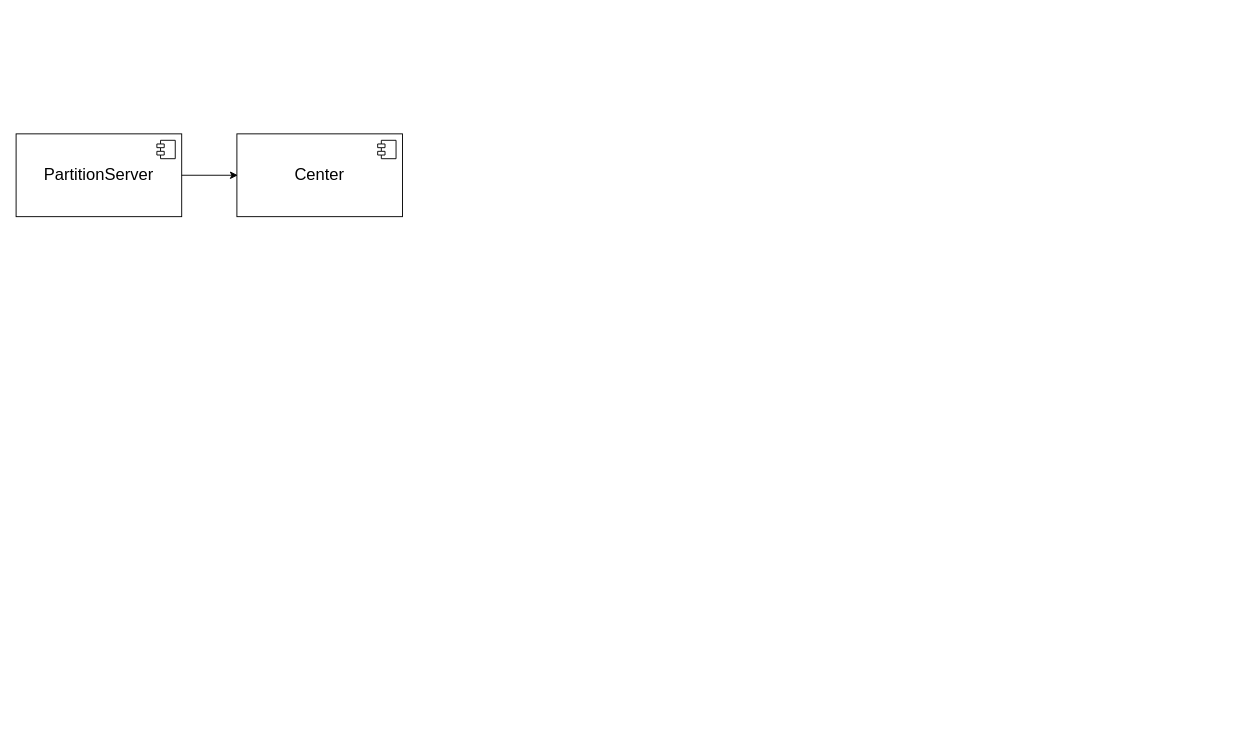
Before: img/未命名绘图.drawio in XutongLi/XutongLi.github.io, a draw.io diagram. Source tidied: cells renumbered, new cells numbered last; positions are measured from the earlier drawing's top-left corner, leaving out a move shared by most shapes. Both pictures are drawn from the tidied source at 92%, with x=0, y=0 at pixel (16, 133).
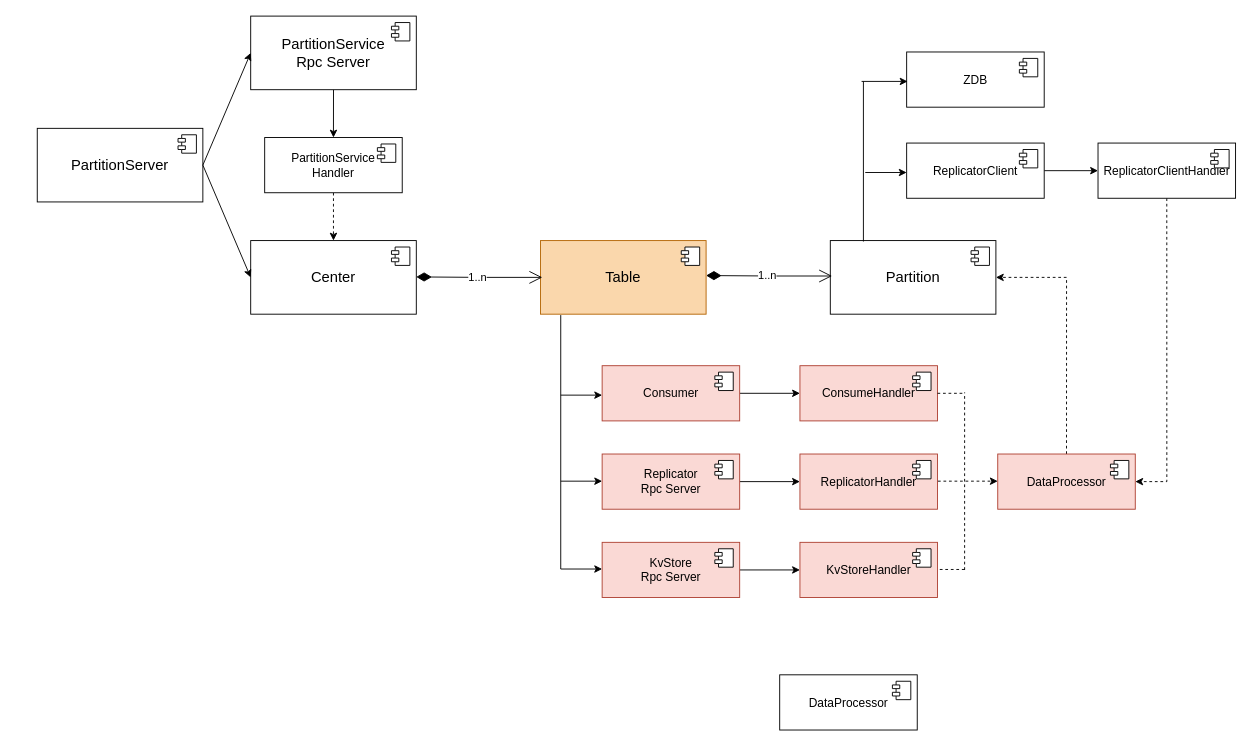
The same diagram, later.

Change to the diagram source:
```diff
@@
-    <mxCell id="2" value="&lt;font style=&quot;font-size: 18px;&quot;&gt;Center&lt;/font&gt;" style="html=1;whiteSpace=wrap;" parent="1" vertex="1">
-      <mxGeometry x="240" width="180" height="90" as="geometry" />
+    <mxCell id="2" value="&lt;font style=&quot;font-size: 16px;&quot;&gt;Center&lt;/font&gt;" style="html=1;whiteSpace=wrap;" parent="1" vertex="1">
+      <mxGeometry x="255" y="116" width="180" height="80" as="geometry" />
     </mxCell>
@@
-    <mxCell id="4" value="&lt;font style=&quot;font-size: 18px;&quot;&gt;PartitionServer&lt;/font&gt;" style="html=1;whiteSpace=wrap;" parent="1" vertex="1">
-      <mxGeometry width="180" height="90" as="geometry" />
+    <mxCell id="4" value="&lt;font style=&quot;font-size: 16px;&quot;&gt;PartitionServer&lt;/font&gt;" style="html=1;whiteSpace=wrap;" parent="1" vertex="1">
+      <mxGeometry x="23" y="-6" width="180" height="80" as="geometry" />
     </mxCell>
@@
-    <mxCell id="6" style="endArrow=classic;html=1;rounded=0;exitX=1;exitY=0.5;exitDx=0;exitDy=0;" parent="1" edge="1" source="4">
-      <mxGeometry relative="1" as="geometry">
-        <mxPoint x="241" y="45" as="targetPoint" />
-      </mxGeometry>
+    <mxCell id="6" style="endArrow=classic;html=1;rounded=0;exitX=1;exitY=0.5;exitDx=0;exitDy=0;entryX=0;entryY=0.5;entryDx=0;entryDy=0;" parent="1" edge="1" source="4" target="2">
+      <mxGeometry relative="1" as="geometry" />
     </mxCell>
+    <mxCell id="7" style="edgeStyle=orthogonalEdgeStyle;rounded=0;jettySize=auto;html=1;exitX=0.5;exitY=1;exitDx=0;exitDy=0;entryX=0.5;entryY=0;entryDx=0;entryDy=0;" parent="1" edge="1" source="8" target="12">
+      <mxGeometry relative="1" as="geometry" />
+    </mxCell>
+    <mxCell id="8" value="&lt;font style=&quot;font-size: 16px;&quot;&gt;PartitionService&lt;br&gt;Rpc Server&lt;br&gt;&lt;/font&gt;" style="html=1;whiteSpace=wrap;" parent="1" vertex="1">
+      <mxGeometry x="255" y="-128" width="180" height="80" as="geometry" />
+    </mxCell>
+    <mxCell id="9" style="shape=module;jettyWidth=8;jettyHeight=4;" parent="8" vertex="1">
+      <mxGeometry x="1" width="20" height="20" relative="1" as="geometry">
+        <mxPoint x="-27" y="7" as="offset" />
+      </mxGeometry>
+    </mxCell>
+    <mxCell id="10" style="endArrow=classic;html=1;rounded=0;entryX=0;entryY=0.5;entryDx=0;entryDy=0;exitX=1;exitY=0.5;exitDx=0;exitDy=0;" parent="1" edge="1" source="4" target="8">
+      <mxGeometry relative="1" as="geometry" />
+    </mxCell>
+    <mxCell id="11" style="edgeStyle=orthogonalEdgeStyle;rounded=0;jettySize=auto;html=1;exitX=0.5;exitY=1;exitDx=0;exitDy=0;dashed=1;" parent="1" edge="1" source="12" target="2">
+      <mxGeometry relative="1" as="geometry" />
+    </mxCell>
+    <mxCell id="12" value="&lt;font style=&quot;font-size: 13px;&quot;&gt;PartitionService&lt;br&gt;Handler&lt;/font&gt;" style="html=1;whiteSpace=wrap;" parent="1" vertex="1">
+      <mxGeometry x="270.2" y="4" width="149.5" height="60" as="geometry" />
+    </mxCell>
+    <mxCell id="13" style="shape=module;jettyWidth=8;jettyHeight=4;" parent="12" vertex="1">
+      <mxGeometry x="1" width="20" height="20" relative="1" as="geometry">
+        <mxPoint x="-27" y="7" as="offset" />
+      </mxGeometry>
+    </mxCell>
+    <mxCell id="14" value="&lt;font style=&quot;font-size: 16px;&quot;&gt;Table&lt;/font&gt;" style="html=1;whiteSpace=wrap;fillColor=#fad7ac;strokeColor=#b46504;" parent="1" vertex="1">
+      <mxGeometry x="570" y="116" width="180" height="80" as="geometry" />
+    </mxCell>
+    <mxCell id="15" style="shape=module;jettyWidth=8;jettyHeight=4;" parent="14" vertex="1">
+      <mxGeometry x="1" width="20" height="20" relative="1" as="geometry">
+        <mxPoint x="-27" y="7" as="offset" />
+      </mxGeometry>
+    </mxCell>
+    <mxCell id="16" value="&lt;font style=&quot;font-size: 12px;&quot;&gt;1..n&lt;/font&gt;" style="endArrow=open;html=1;endSize=12;startArrow=diamondThin;startSize=14;startFill=1;edgeStyle=orthogonalEdgeStyle;align=left;verticalAlign=bottom;rounded=0;" parent="1" edge="1">
+      <mxGeometry x="-0.2" y="-9" relative="1" as="geometry">
+        <mxPoint x="435" y="155.5" as="sourcePoint" />
+        <mxPoint x="572" y="156" as="targetPoint" />
+      </mxGeometry>
+    </mxCell>
+    <mxCell id="17" value="&lt;span style=&quot;font-size: 13px;&quot;&gt;ConsumeHandler&lt;/span&gt;" style="html=1;whiteSpace=wrap;fillColor=#fad9d5;strokeColor=#ae4132;" parent="1" vertex="1">
+      <mxGeometry x="852" y="252" width="149.5" height="60" as="geometry" />
+    </mxCell>
+    <mxCell id="18" style="shape=module;jettyWidth=8;jettyHeight=4;" parent="17" vertex="1">
+      <mxGeometry x="1" width="20" height="20" relative="1" as="geometry">
+        <mxPoint x="-27" y="7" as="offset" />
+      </mxGeometry>
+    </mxCell>
+    <mxCell id="19" value="&lt;span style=&quot;font-size: 13px;&quot;&gt;DataProcessor&lt;/span&gt;" style="html=1;whiteSpace=wrap;" parent="1" vertex="1">
+      <mxGeometry x="830" y="588" width="149.5" height="60" as="geometry" />
+    </mxCell>
+    <mxCell id="20" style="shape=module;jettyWidth=8;jettyHeight=4;" parent="19" vertex="1">
+      <mxGeometry x="1" width="20" height="20" relative="1" as="geometry">
+        <mxPoint x="-27" y="7" as="offset" />
+      </mxGeometry>
+    </mxCell>
+    <mxCell id="21" style="edgeStyle=orthogonalEdgeStyle;rounded=0;jettySize=auto;html=1;exitX=1;exitY=0.5;exitDx=0;exitDy=0;entryX=0;entryY=0.5;entryDx=0;entryDy=0;" parent="1" edge="1" source="22" target="17">
+      <mxGeometry relative="1" as="geometry" />
+    </mxCell>
+    <mxCell id="22" value="&lt;span style=&quot;font-size: 13px;&quot;&gt;Consumer&lt;/span&gt;" style="html=1;whiteSpace=wrap;fillColor=#fad9d5;strokeColor=#ae4132;" parent="1" vertex="1">
+      <mxGeometry x="637" y="252" width="149.5" height="60" as="geometry" />
+    </mxCell>
+    <mxCell id="23" style="shape=module;jettyWidth=8;jettyHeight=4;" parent="22" vertex="1">
+      <mxGeometry x="1" width="20" height="20" relative="1" as="geometry">
+        <mxPoint x="-27" y="7" as="offset" />
+      </mxGeometry>
+    </mxCell>
+    <mxCell id="24" value="&lt;span style=&quot;font-size: 13px;&quot;&gt;KvStoreHandler&lt;/span&gt;" style="html=1;whiteSpace=wrap;fillColor=#fad9d5;strokeColor=#ae4132;" parent="1" vertex="1">
+      <mxGeometry x="852" y="444" width="149.5" height="60" as="geometry" />
+    </mxCell>
+    <mxCell id="25" style="shape=module;jettyWidth=8;jettyHeight=4;" parent="24" vertex="1">
+      <mxGeometry x="1" width="20" height="20" relative="1" as="geometry">
+        <mxPoint x="-27" y="7" as="offset" />
+      </mxGeometry>
+    </mxCell>
+    <mxCell id="26" style="edgeStyle=orthogonalEdgeStyle;rounded=0;jettySize=auto;html=1;exitX=1;exitY=0.5;exitDx=0;exitDy=0;entryX=0;entryY=0.5;entryDx=0;entryDy=0;" parent="1" edge="1" source="27" target="29">
+      <mxGeometry relative="1" as="geometry" />
+    </mxCell>
+    <mxCell id="27" value="&lt;span style=&quot;font-size: 13px;&quot;&gt;Replicator&lt;br&gt;Rpc Server&lt;br&gt;&lt;/span&gt;" style="html=1;whiteSpace=wrap;fillColor=#fad9d5;strokeColor=#ae4132;" parent="1" vertex="1">
+      <mxGeometry x="637" y="348" width="149.5" height="60" as="geometry" />
+    </mxCell>
+    <mxCell id="28" style="shape=module;jettyWidth=8;jettyHeight=4;" parent="27" vertex="1">
+      <mxGeometry x="1" width="20" height="20" relative="1" as="geometry">
+        <mxPoint x="-27" y="7" as="offset" />
+      </mxGeometry>
+    </mxCell>
+    <mxCell id="29" value="&lt;span style=&quot;font-size: 13px;&quot;&gt;ReplicatorHandler&lt;br&gt;&lt;/span&gt;" style="html=1;whiteSpace=wrap;fillColor=#fad9d5;strokeColor=#ae4132;" parent="1" vertex="1">
+      <mxGeometry x="852" y="348" width="149.5" height="60" as="geometry" />
+    </mxCell>
+    <mxCell id="30" style="shape=module;jettyWidth=8;jettyHeight=4;" parent="29" vertex="1">
+      <mxGeometry x="1" width="20" height="20" relative="1" as="geometry">
+        <mxPoint x="-27" y="7" as="offset" />
+      </mxGeometry>
+    </mxCell>
+    <mxCell id="31" value="&lt;font style=&quot;font-size: 16px;&quot;&gt;Partition&lt;/font&gt;" style="html=1;whiteSpace=wrap;" parent="1" vertex="1">
+      <mxGeometry x="885" y="116" width="180" height="80" as="geometry" />
+    </mxCell>
+    <mxCell id="32" style="shape=module;jettyWidth=8;jettyHeight=4;" parent="31" vertex="1">
+      <mxGeometry x="1" width="20" height="20" relative="1" as="geometry">
+        <mxPoint x="-27" y="7" as="offset" />
+      </mxGeometry>
+    </mxCell>
+    <mxCell id="33" value="&lt;font style=&quot;font-size: 12px;&quot;&gt;1..n&lt;/font&gt;" style="endArrow=open;html=1;endSize=12;startArrow=diamondThin;startSize=14;startFill=1;edgeStyle=orthogonalEdgeStyle;align=left;verticalAlign=bottom;rounded=0;" parent="1" edge="1">
+      <mxGeometry x="-0.2" y="-9" relative="1" as="geometry">
+        <mxPoint x="750" y="154" as="sourcePoint" />
+        <mxPoint x="887" y="154.5" as="targetPoint" />
+      </mxGeometry>
+    </mxCell>
+    <mxCell id="34" style="edgeStyle=orthogonalEdgeStyle;rounded=0;jettySize=auto;html=1;exitX=1;exitY=0.5;exitDx=0;exitDy=0;entryX=0;entryY=0.5;entryDx=0;entryDy=0;" parent="1" edge="1" source="35" target="24">
+      <mxGeometry relative="1" as="geometry" />
+    </mxCell>
+    <mxCell id="35" value="&lt;span style=&quot;font-size: 13px;&quot;&gt;KvStore&lt;br&gt;Rpc Server&lt;br&gt;&lt;/span&gt;" style="html=1;whiteSpace=wrap;fillColor=#fad9d5;strokeColor=#ae4132;" parent="1" vertex="1">
+      <mxGeometry x="637" y="444" width="149.5" height="60" as="geometry" />
+    </mxCell>
+    <mxCell id="36" style="shape=module;jettyWidth=8;jettyHeight=4;" parent="35" vertex="1">
+      <mxGeometry x="1" width="20" height="20" relative="1" as="geometry">
+        <mxPoint x="-27" y="7" as="offset" />
+      </mxGeometry>
+    </mxCell>
+    <mxCell id="37" style="endArrow=none;html=1;rounded=0;entryX=0.133;entryY=1.013;entryDx=0;entryDy=0;entryPerimeter=0;" parent="1" edge="1">
+      <mxGeometry relative="1" as="geometry">
+        <mxPoint x="592" y="473" as="sourcePoint" />
+        <mxPoint x="592" y="197" as="targetPoint" />
+      </mxGeometry>
+    </mxCell>
+    <mxCell id="38" style="endArrow=classic;html=1;rounded=0;entryX=0;entryY=0.5;entryDx=0;entryDy=0;" parent="1" edge="1">
+      <mxGeometry relative="1" as="geometry">
+        <mxPoint x="592" y="284" as="sourcePoint" />
+        <mxPoint x="637" y="284" as="targetPoint" />
+      </mxGeometry>
+    </mxCell>
+    <mxCell id="39" style="endArrow=classic;html=1;rounded=0;entryX=0;entryY=0.5;entryDx=0;entryDy=0;" parent="1" edge="1">
+      <mxGeometry relative="1" as="geometry">
+        <mxPoint x="592" y="377.5" as="sourcePoint" />
+        <mxPoint x="637" y="377.5" as="targetPoint" />
+      </mxGeometry>
+    </mxCell>
+    <mxCell id="40" style="endArrow=classic;html=1;rounded=0;entryX=0;entryY=0.5;entryDx=0;entryDy=0;" parent="1" edge="1">
+      <mxGeometry relative="1" as="geometry">
+        <mxPoint x="592" y="473" as="sourcePoint" />
+        <mxPoint x="637" y="473" as="targetPoint" />
+      </mxGeometry>
+    </mxCell>
+    <mxCell id="41" style="edgeStyle=orthogonalEdgeStyle;rounded=0;jettySize=auto;html=1;exitX=0.5;exitY=0;exitDx=0;exitDy=0;entryX=1;entryY=0.5;entryDx=0;entryDy=0;dashed=1;" parent="1" edge="1" source="42" target="31">
+      <mxGeometry relative="1" as="geometry" />
+    </mxCell>
+    <mxCell id="42" value="&lt;span style=&quot;font-size: 13px;&quot;&gt;DataProcessor&lt;/span&gt;" style="html=1;whiteSpace=wrap;fillColor=#fad9d5;strokeColor=#ae4132;" parent="1" vertex="1">
+      <mxGeometry x="1067" y="348" width="149.5" height="60" as="geometry" />
+    </mxCell>
+    <mxCell id="43" style="shape=module;jettyWidth=8;jettyHeight=4;" parent="42" vertex="1">
+      <mxGeometry x="1" width="20" height="20" relative="1" as="geometry">
+        <mxPoint x="-27" y="7" as="offset" />
+      </mxGeometry>
+    </mxCell>
+    <mxCell id="44" style="endArrow=none;html=1;rounded=0;" parent="1" edge="1">
+      <mxGeometry relative="1" as="geometry">
+        <mxPoint x="921" y="117" as="sourcePoint" />
+        <mxPoint x="921" y="-57" as="targetPoint" />
+      </mxGeometry>
+    </mxCell>
+    <mxCell id="45" style="edgeStyle=orthogonalEdgeStyle;rounded=0;jettySize=auto;html=1;exitX=1;exitY=0.5;exitDx=0;exitDy=0;entryX=0;entryY=0.5;entryDx=0;entryDy=0;" parent="1" edge="1" source="46" target="50">
+      <mxGeometry relative="1" as="geometry" />
+    </mxCell>
+    <mxCell id="46" value="&lt;span style=&quot;font-size: 13px;&quot;&gt;ReplicatorClient&lt;/span&gt;" style="html=1;whiteSpace=wrap;" parent="1" vertex="1">
+      <mxGeometry x="968" y="10" width="149.5" height="60" as="geometry" />
+    </mxCell>
+    <mxCell id="47" style="shape=module;jettyWidth=8;jettyHeight=4;" parent="46" vertex="1">
+      <mxGeometry x="1" width="20" height="20" relative="1" as="geometry">
+        <mxPoint x="-27" y="7" as="offset" />
+      </mxGeometry>
+    </mxCell>
+    <mxCell id="48" style="endArrow=classic;html=1;rounded=0;entryX=0;entryY=0.5;entryDx=0;entryDy=0;" parent="1" edge="1">
+      <mxGeometry relative="1" as="geometry">
+        <mxPoint x="923" y="42" as="sourcePoint" />
+        <mxPoint x="968" y="42" as="targetPoint" />
+      </mxGeometry>
+    </mxCell>
+    <mxCell id="49" style="edgeStyle=orthogonalEdgeStyle;rounded=0;jettySize=auto;html=1;exitX=0.5;exitY=1;exitDx=0;exitDy=0;entryX=1;entryY=0.5;entryDx=0;entryDy=0;dashed=1;" parent="1" edge="1" source="50" target="42">
+      <mxGeometry relative="1" as="geometry" />
+    </mxCell>
+    <mxCell id="50" value="&lt;span style=&quot;font-size: 13px;&quot;&gt;ReplicatorClientHandler&lt;/span&gt;" style="html=1;whiteSpace=wrap;" parent="1" vertex="1">
+      <mxGeometry x="1176" y="10" width="149.5" height="60" as="geometry" />
+    </mxCell>
+    <mxCell id="51" style="shape=module;jettyWidth=8;jettyHeight=4;" parent="50" vertex="1">
+      <mxGeometry x="1" width="20" height="20" relative="1" as="geometry">
+        <mxPoint x="-27" y="7" as="offset" />
+      </mxGeometry>
+    </mxCell>
+    <mxCell id="52" value="&lt;span style=&quot;font-size: 13px;&quot;&gt;ZDB&lt;/span&gt;" style="html=1;whiteSpace=wrap;" parent="1" vertex="1">
+      <mxGeometry x="968" y="-89" width="149.5" height="60" as="geometry" />
+    </mxCell>
+    <mxCell id="53" style="shape=module;jettyWidth=8;jettyHeight=4;" parent="52" vertex="1">
+      <mxGeometry x="1" width="20" height="20" relative="1" as="geometry">
+        <mxPoint x="-27" y="7" as="offset" />
+      </mxGeometry>
+    </mxCell>
+    <mxCell id="54" style="endArrow=classic;html=1;rounded=0;entryX=0;entryY=0.5;entryDx=0;entryDy=0;" parent="1" edge="1">
+      <mxGeometry relative="1" as="geometry">
+        <mxPoint x="919" y="-57" as="sourcePoint" />
+        <mxPoint x="969" y="-57" as="targetPoint" />
+      </mxGeometry>
+    </mxCell>
+    <mxCell id="55" style="edgeStyle=orthogonalEdgeStyle;rounded=0;orthogonalLoop=1;jettySize=auto;html=1;exitX=1;exitY=0.5;exitDx=0;exitDy=0;entryX=0;entryY=0.5;entryDx=0;entryDy=0;dashed=1;" parent="1" edge="1">
+      <mxGeometry relative="1" as="geometry">
+        <mxPoint x="1002" y="377.5" as="sourcePoint" />
+        <mxPoint x="1067" y="377.5" as="targetPoint" />
+      </mxGeometry>
+    </mxCell>
+    <mxCell id="56" style="endArrow=none;html=1;rounded=0;exitX=1;exitY=0.5;exitDx=0;exitDy=0;dashed=1;" parent="1" edge="1" source="17">
+      <mxGeometry relative="1" as="geometry">
+        <mxPoint x="1030" y="282" as="targetPoint" />
+      </mxGeometry>
+    </mxCell>
+    <mxCell id="57" style="endArrow=none;html=1;rounded=0;exitX=1;exitY=0.5;exitDx=0;exitDy=0;dashed=1;" parent="1" edge="1">
+      <mxGeometry relative="1" as="geometry">
+        <mxPoint x="1004" y="473.5" as="sourcePoint" />
+        <mxPoint x="1032" y="473.5" as="targetPoint" />
+      </mxGeometry>
+    </mxCell>
+    <mxCell id="58" style="endArrow=none;html=1;rounded=0;dashed=1;" parent="1" edge="1">
+      <mxGeometry relative="1" as="geometry">
+        <mxPoint x="1031" y="474" as="sourcePoint" />
+        <mxPoint x="1031" y="281" as="targetPoint" />
+      </mxGeometry>
+    </mxCell>
```
